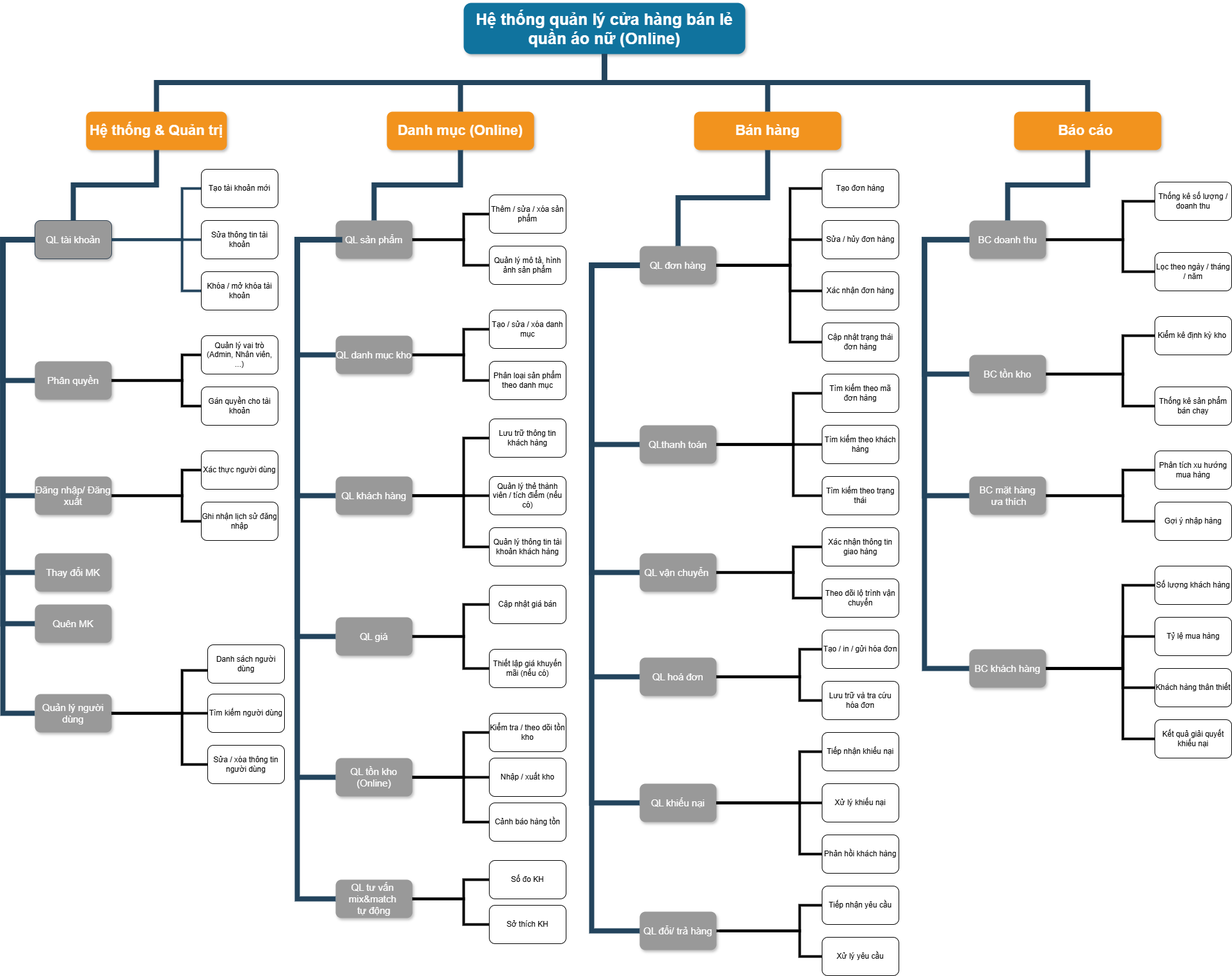
Earlier version of the draw.io export clothesShop.drawio.png (Vulien/Diagram). Source tidied: cells renumbered, new cells last; positions are measured from the earlier drawing's top-left corner, leaving out a move shared by most shapes.
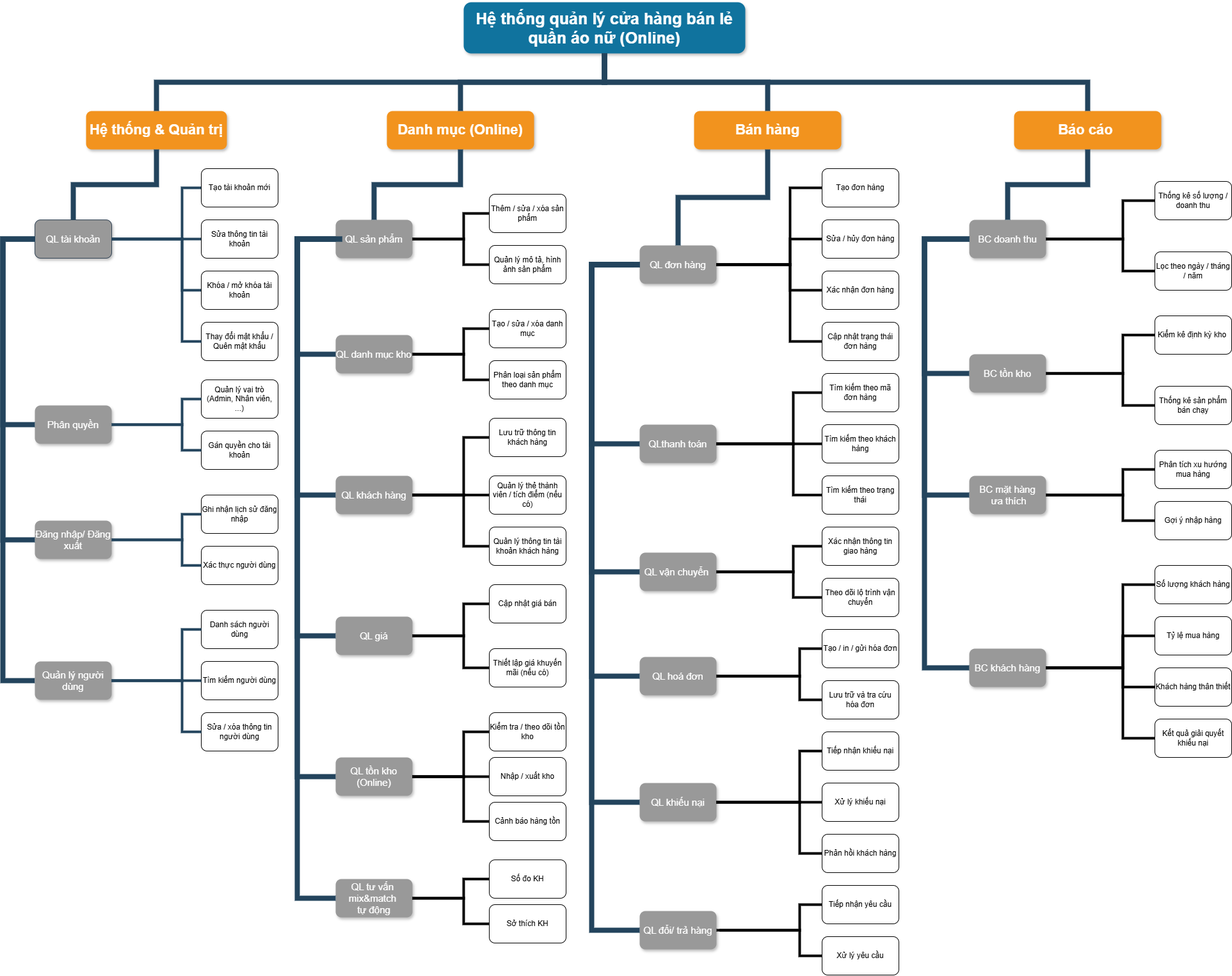
Above is the later version.

Commit message:
Cập nhật clothesShop.drawio.png

What changed in the source:
```diff
@@ -21,17 +21,11 @@
       <mxGeometry x="150" y="340" width="120" height="60" as="geometry" />
     </mxCell>
     <mxCell id="8" value="Phân quyền" style="whiteSpace=wrap;rounded=1;fillColor=#999999;strokeColor=none;shadow=1;fontColor=#FFFFFF;fontStyle=0;fontSize=15;" parent="1" vertex="1">
-      <mxGeometry x="150" y="560" width="120" height="60" as="geometry" />
+      <mxGeometry x="150" y="630" width="120" height="60" as="geometry" />
     </mxCell>
     <mxCell id="9" value="Đăng nhập/ Đăng xuất" style="whiteSpace=wrap;rounded=1;fillColor=#999999;strokeColor=none;shadow=1;fontColor=#FFFFFF;fontStyle=0;fontSize=15;" parent="1" vertex="1">
-      <mxGeometry x="150" y="740" width="120" height="60" as="geometry" />
+      <mxGeometry x="150" y="810" width="120" height="60" as="geometry" />
     </mxCell>
-    <mxCell id="10" value="Thay đổi MK" style="whiteSpace=wrap;rounded=1;fillColor=#999999;strokeColor=none;shadow=1;fontColor=#FFFFFF;fontStyle=0;fontSize=15;" parent="1" vertex="1">
-      <mxGeometry x="150" y="860" width="120" height="60" as="geometry" />
-    </mxCell>
-    <mxCell id="11" value="Quên MK" style="whiteSpace=wrap;rounded=1;fillColor=#999999;strokeColor=none;shadow=1;fontColor=#FFFFFF;fontStyle=0;fontSize=15;" parent="1" vertex="1">
-      <mxGeometry x="150" y="940" width="120" height="60" as="geometry" />
-    </mxCell>
     <mxCell id="12" value="QL sản phẩm" style="whiteSpace=wrap;rounded=1;fillColor=light-dark(#999999, #0e919b);strokeColor=none;shadow=1;fontColor=#FFFFFF;fontSize=15;" parent="1" vertex="1">
       <mxGeometry x="620" y="340" width="120" height="60" as="geometry" />
     </mxCell>
@@ -70,18 +64,6 @@
         </Array>
       </mxGeometry>
     </mxCell>
-    <mxCell id="20" style="edgeStyle=elbowEdgeStyle;elbow=horizontal;rounded=0;fontColor=#000000;endArrow=none;endFill=0;strokeWidth=8;strokeColor=#23445D;entryX=0;entryY=0.5;entryDx=0;entryDy=0;" parent="1" edge="1" source="7" target="11">
-      <mxGeometry relative="1" as="geometry">
-        <Array as="points">
-          <mxPoint x="100" y="530" />
-          <mxPoint x="60" y="740" />
-          <mxPoint y="770" />
-          <mxPoint x="270" y="470" />
-          <mxPoint x="400" y="1360" />
-          <mxPoint x="400" y="1160" />
-        </Array>
-      </mxGeometry>
-    </mxCell>
     <mxCell id="21" style="edgeStyle=elbowEdgeStyle;elbow=vertical;rounded=0;fontColor=#000000;endArrow=none;endFill=0;strokeWidth=8;strokeColor=#23445D;" parent="1" edge="1" source="4" target="12">
       <mxGeometry relative="1" as="geometry" />
     </mxCell>
@@ -237,38 +219,11 @@
       <mxGeometry x="410" y="420" width="120" height="60" as="geometry" />
     </mxCell>
     <mxCell id="50" value="Quản lý vai trò (Admin, Nhân viên, ...)" style="rounded=1;whiteSpace=wrap;html=1;" parent="1" vertex="1">
-      <mxGeometry x="410" y="520" width="120" height="60" as="geometry" />
+      <mxGeometry x="410" y="590" width="120" height="60" as="geometry" />
     </mxCell>
     <mxCell id="51" value="Gán quyền cho tài khoản" style="rounded=1;whiteSpace=wrap;html=1;" parent="1" vertex="1">
-      <mxGeometry x="410" y="600" width="120" height="60" as="geometry" />
+      <mxGeometry x="410" y="670" width="120" height="60" as="geometry" />
     </mxCell>
-    <mxCell id="52" style="endArrow=none;html=1;rounded=0;strokeWidth=4;entryX=0;entryY=0.5;entryDx=0;entryDy=0;exitX=1;exitY=0.5;exitDx=0;exitDy=0;" parent="1" edge="1" source="9" target="61">
-      <mxGeometry relative="1" as="geometry">
-        <Array as="points">
-          <mxPoint x="380" y="770" />
-          <mxPoint x="380" y="810" />
-        </Array>
-      </mxGeometry>
-    </mxCell>
-    <mxCell id="53" style="endArrow=none;html=1;rounded=0;strokeWidth=4;entryX=0;entryY=0.5;entryDx=0;entryDy=0;exitX=1;exitY=0.5;exitDx=0;exitDy=0;" parent="1" edge="1" source="9" target="62">
-      <mxGeometry relative="1" as="geometry">
-        <Array as="points">
-          <mxPoint x="380" y="770" />
-          <mxPoint x="380" y="730" />
-        </Array>
-      </mxGeometry>
-    </mxCell>
-    <mxCell id="54" style="edgeStyle=elbowEdgeStyle;elbow=horizontal;rounded=0;fontColor=#000000;endArrow=none;endFill=0;strokeWidth=8;strokeColor=#23445D;entryX=0;entryY=0.5;entryDx=0;entryDy=0;exitX=0;exitY=0.5;exitDx=0;exitDy=0;" parent="1" edge="1" source="7" target="10">
-      <mxGeometry relative="1" as="geometry">
-        <Array as="points">
-          <mxPoint x="100" y="530" />
-          <mxPoint x="60" y="640" />
-          <mxPoint x="300" y="540" />
-          <mxPoint x="430" y="1370" />
-          <mxPoint x="430" y="1170" />
-        </Array>
-      </mxGeometry>
-    </mxCell>
     <mxCell id="55" style="edgeStyle=elbowEdgeStyle;elbow=horizontal;rounded=0;fontColor=#000000;endArrow=none;endFill=0;strokeWidth=8;strokeColor=#23445D;exitX=0;exitY=0.5;exitDx=0;exitDy=0;entryX=0;entryY=0.5;entryDx=0;entryDy=0;" parent="1" edge="1" source="7" target="56">
       <mxGeometry relative="1" as="geometry">
         <Array as="points">
@@ -281,61 +236,26 @@
       </mxGeometry>
     </mxCell>
     <mxCell id="56" value="Quản lý người dùng" style="whiteSpace=wrap;rounded=1;fillColor=#999999;strokeColor=none;shadow=1;fontColor=#FFFFFF;fontStyle=0;fontSize=15;" parent="1" vertex="1">
-      <mxGeometry x="150" y="1080" width="120" height="60" as="geometry" />
+      <mxGeometry x="150" y="1030" width="120" height="60" as="geometry" />
     </mxCell>
-    <mxCell id="57" style="endArrow=none;html=1;rounded=0;strokeWidth=4;exitX=1;exitY=0.5;exitDx=0;exitDy=0;entryX=0;entryY=0.5;entryDx=0;entryDy=0;" parent="1" edge="1" source="56" target="63">
-      <mxGeometry relative="1" as="geometry">
-        <Array as="points">
-          <mxPoint x="380" y="1110" />
-          <mxPoint x="380" y="1190" />
-        </Array>
-      </mxGeometry>
-    </mxCell>
-    <mxCell id="58" style="endArrow=none;html=1;rounded=0;strokeWidth=4;exitX=1;exitY=0.5;exitDx=0;exitDy=0;entryX=0;entryY=0.5;entryDx=0;entryDy=0;" parent="1" edge="1" source="56" target="64">
-      <mxGeometry relative="1" as="geometry" />
-    </mxCell>
-    <mxCell id="59" style="endArrow=none;html=1;rounded=0;strokeWidth=4;exitX=1;exitY=0.5;exitDx=0;exitDy=0;entryX=0;entryY=0.667;entryDx=0;entryDy=0;entryPerimeter=0;" parent="1" edge="1" source="56" target="60">
-      <mxGeometry relative="1" as="geometry">
-        <Array as="points">
-          <mxPoint x="380" y="1110" />
-          <mxPoint x="380" y="1043" />
-        </Array>
-      </mxGeometry>
-    </mxCell>
     <mxCell id="60" value="Danh sách người dùng" style="rounded=1;whiteSpace=wrap;html=1;" parent="1" vertex="1">
-      <mxGeometry x="420" y="1003" width="120" height="60" as="geometry" />
+      <mxGeometry x="410" y="950" width="120" height="60" as="geometry" />
     </mxCell>
     <mxCell id="61" value="Ghi nhận lịch sử đăng nhập" style="rounded=1;whiteSpace=wrap;html=1;" parent="1" vertex="1">
-      <mxGeometry x="410" y="780" width="120" height="60" as="geometry" />
+      <mxGeometry x="410" y="770" width="120" height="60" as="geometry" />
     </mxCell>
     <mxCell id="62" value="Xác thực người dùng" style="rounded=1;whiteSpace=wrap;html=1;" parent="1" vertex="1">
-      <mxGeometry x="410" y="700" width="120" height="60" as="geometry" />
+      <mxGeometry x="410" y="850" width="120" height="60" as="geometry" />
     </mxCell>
     <mxCell id="63" value="Sửa / xóa thông tin người dùng" style="rounded=1;whiteSpace=wrap;html=1;" parent="1" vertex="1">
-      <mxGeometry x="420" y="1160" width="120" height="60" as="geometry" />
+      <mxGeometry x="410" y="1110" width="120" height="60" as="geometry" />
     </mxCell>
     <mxCell id="64" value="Tìm kiếm người dùng" style="rounded=1;whiteSpace=wrap;html=1;" parent="1" vertex="1">
-      <mxGeometry x="420" y="1080" width="120" height="60" as="geometry" />
+      <mxGeometry x="410" y="1030" width="120" height="60" as="geometry" />
     </mxCell>
     <mxCell id="65" style="edgeStyle=orthogonalEdgeStyle;rounded=0;orthogonalLoop=1;jettySize=auto;html=1;exitX=0.5;exitY=1;exitDx=0;exitDy=0;" parent="1" edge="1" source="4" target="4">
       <mxGeometry relative="1" as="geometry" />
     </mxCell>
-    <mxCell id="66" style="endArrow=none;html=1;rounded=0;exitX=1;exitY=0.5;exitDx=0;exitDy=0;entryX=0;entryY=0.5;entryDx=0;entryDy=0;strokeWidth=4;" parent="1" edge="1" source="8" target="51">
-      <mxGeometry relative="1" as="geometry">
-        <Array as="points">
-          <mxPoint x="380" y="590" />
-          <mxPoint x="380" y="630" />
-        </Array>
-      </mxGeometry>
-    </mxCell>
-    <mxCell id="67" style="endArrow=none;html=1;rounded=0;exitX=1;exitY=0.5;exitDx=0;exitDy=0;entryX=0;entryY=0.5;entryDx=0;entryDy=0;strokeWidth=4;" parent="1" edge="1" source="8" target="50">
-      <mxGeometry relative="1" as="geometry">
-        <Array as="points">
-          <mxPoint x="380" y="590" />
-          <mxPoint x="380" y="550" />
-        </Array>
-      </mxGeometry>
-    </mxCell>
     <mxCell id="68" style="endArrow=none;html=1;rounded=0;exitX=1;exitY=0.5;exitDx=0;exitDy=0;strokeWidth=4;entryX=0;entryY=0.5;entryDx=0;entryDy=0;" parent="1" edge="1" source="12" target="70">
       <mxGeometry relative="1" as="geometry">
         <Array as="points">
@@ -816,7 +736,7 @@
     </mxCell>
     <mxCell id="156" style="edgeStyle=elbowEdgeStyle;elbow=horizontal;rounded=0;fontColor=#000000;endArrow=none;endFill=0;strokeWidth=8;strokeColor=#23445D;entryX=0;entryY=0.5;entryDx=0;entryDy=0;" parent="1" edge="1" target="151">
       <mxGeometry relative="1" as="geometry">
-        <mxPoint x="610" y="370" as="sourcePoint" />
+        <mxPoint x="620" y="370" as="sourcePoint" />
         <Array as="points">
           <mxPoint x="560" y="500" />
           <mxPoint x="580" y="570" />
@@ -825,5 +745,71 @@
         </Array>
       </mxGeometry>
     </mxCell>
+    <mxCell id="157" value="Thay đổi mật khẩu / Quên mật khẩu" style="rounded=1;whiteSpace=wrap;html=1;" parent="1" vertex="1">
+      <mxGeometry x="410" y="500" width="120" height="60" as="geometry" />
+    </mxCell>
+    <mxCell id="158" style="edgeStyle=elbowEdgeStyle;elbow=horizontal;rounded=0;fontColor=#000000;endArrow=none;endFill=0;strokeWidth=4;strokeColor=#23445D;exitX=1;exitY=0.5;exitDx=0;exitDy=0;entryX=0;entryY=0.5;entryDx=0;entryDy=0;" parent="1" edge="1" source="7" target="157">
+      <mxGeometry relative="1" as="geometry">
+        <Array as="points">
+          <mxPoint x="380" y="440" />
+        </Array>
+      </mxGeometry>
+    </mxCell>
+    <mxCell id="66" style="edgeStyle=elbowEdgeStyle;elbow=horizontal;rounded=0;fontColor=#000000;endArrow=none;endFill=0;strokeWidth=4;strokeColor=#23445D;exitX=1;exitY=0.5;exitDx=0;exitDy=0;entryX=0;entryY=0.5;entryDx=0;entryDy=0;" parent="1" edge="1" source="8" target="51">
+      <mxGeometry relative="1" as="geometry">
+        <Array as="points">
+          <mxPoint x="380" y="680" />
+        </Array>
+      </mxGeometry>
+    </mxCell>
+    <mxCell id="67" style="edgeStyle=elbowEdgeStyle;elbow=horizontal;rounded=0;fontColor=#000000;endArrow=none;endFill=0;strokeWidth=4;strokeColor=#23445D;exitX=1;exitY=0.5;exitDx=0;exitDy=0;entryX=0;entryY=0.5;entryDx=0;entryDy=0;" parent="1" edge="1" source="8" target="50">
+      <mxGeometry relative="1" as="geometry">
+        <Array as="points">
+          <mxPoint x="380" y="650" />
+          <mxPoint x="350" y="690" />
+        </Array>
+      </mxGeometry>
+    </mxCell>
+    <mxCell id="159" style="edgeStyle=elbowEdgeStyle;elbow=horizontal;rounded=0;fontColor=#000000;endArrow=none;endFill=0;strokeWidth=4;strokeColor=#23445D;exitX=1;exitY=0.5;exitDx=0;exitDy=0;entryX=0;entryY=0.5;entryDx=0;entryDy=0;" parent="1" edge="1">
+      <mxGeometry relative="1" as="geometry">
+        <mxPoint x="270" y="840" as="sourcePoint" />
+        <mxPoint x="410" y="800" as="targetPoint" />
+        <Array as="points">
+          <mxPoint x="380" y="830" />
+          <mxPoint x="350" y="870" />
+        </Array>
+      </mxGeometry>
+    </mxCell>
+    <mxCell id="160" style="edgeStyle=elbowEdgeStyle;elbow=horizontal;rounded=0;fontColor=#000000;endArrow=none;endFill=0;strokeWidth=4;strokeColor=#23445D;exitX=1;exitY=0.5;exitDx=0;exitDy=0;entryX=0;entryY=0.5;entryDx=0;entryDy=0;" parent="1" edge="1">
+      <mxGeometry relative="1" as="geometry">
+        <mxPoint x="270" y="840" as="sourcePoint" />
+        <mxPoint x="410" y="880" as="targetPoint" />
+        <Array as="points">
+          <mxPoint x="380" y="860" />
+        </Array>
+      </mxGeometry>
+    </mxCell>
+    <mxCell id="58" style="edgeStyle=elbowEdgeStyle;elbow=horizontal;rounded=0;fontColor=#000000;endArrow=none;endFill=0;strokeWidth=4;strokeColor=#23445D;exitX=1;exitY=0.5;exitDx=0;exitDy=0;entryX=0;entryY=0.5;entryDx=0;entryDy=0;" parent="1" edge="1" source="56" target="64">
+      <mxGeometry relative="1" as="geometry">
+        <Array as="points">
+          <mxPoint x="380" y="1070" />
+        </Array>
+      </mxGeometry>
+    </mxCell>
+    <mxCell id="161" style="edgeStyle=elbowEdgeStyle;elbow=horizontal;rounded=0;fontColor=#000000;endArrow=none;endFill=0;strokeWidth=4;strokeColor=#23445D;entryX=0;entryY=0.5;entryDx=0;entryDy=0;" parent="1" edge="1" target="60">
+      <mxGeometry relative="1" as="geometry">
+        <mxPoint x="270" y="1060" as="sourcePoint" />
+        <Array as="points">
+          <mxPoint x="380" y="1000" />
+        </Array>
+      </mxGeometry>
+    </mxCell>
+    <mxCell id="57" style="edgeStyle=elbowEdgeStyle;elbow=horizontal;rounded=0;fontColor=#000000;endArrow=none;endFill=0;strokeWidth=4;strokeColor=#23445D;entryX=0;entryY=0.5;entryDx=0;entryDy=0;exitX=1;exitY=0.5;exitDx=0;exitDy=0;" parent="1" edge="1" source="56" target="63">
+      <mxGeometry relative="1" as="geometry">
+        <Array as="points">
+          <mxPoint x="380" y="1100" />
+        </Array>
+      </mxGeometry>
+    </mxCell>
   </root>
 </mxGraphModel>
```
